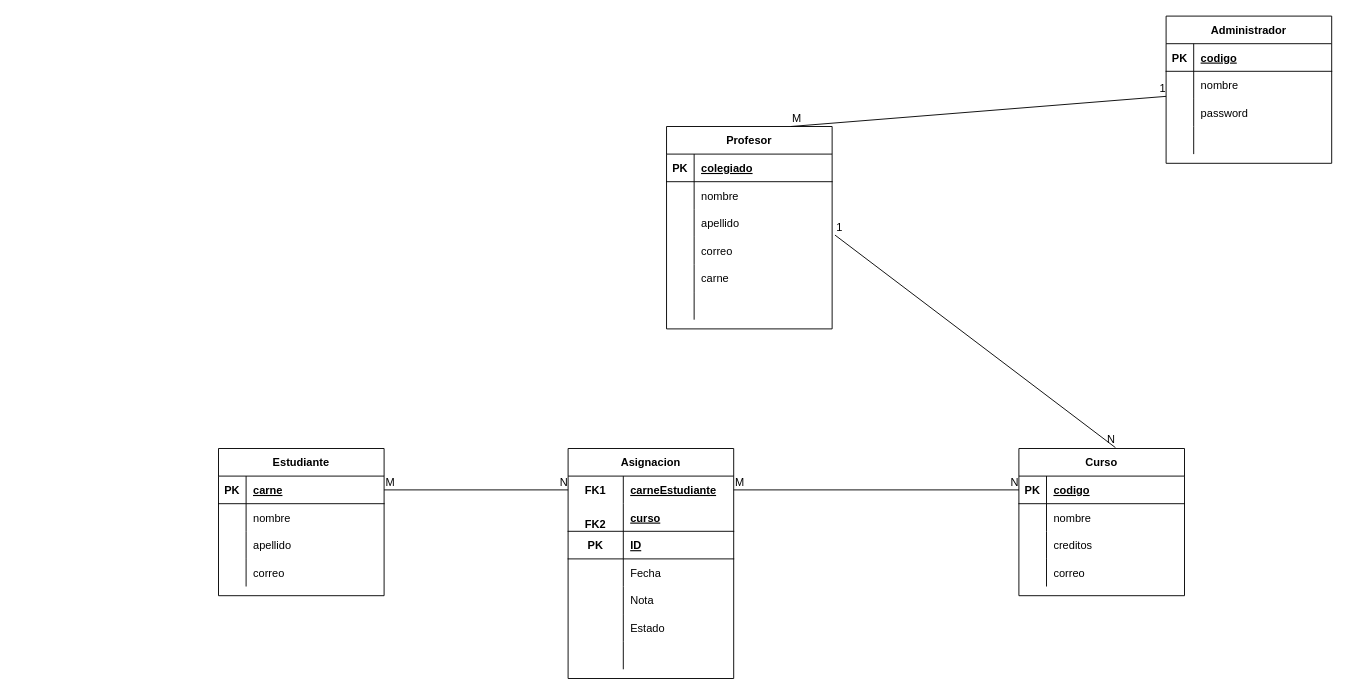
This is mapeo-university.drawio from luisbaquiax/practica-university, a draw.io file, before an edit. Source tidied: cells renumbered, new cells numbered last; positions are measured from the earlier drawing's top-left corner, leaving out a move shared by most shapes. Both pictures are drawn from the tidied source at 92%, with x=0, y=0 at pixel (218, 16).
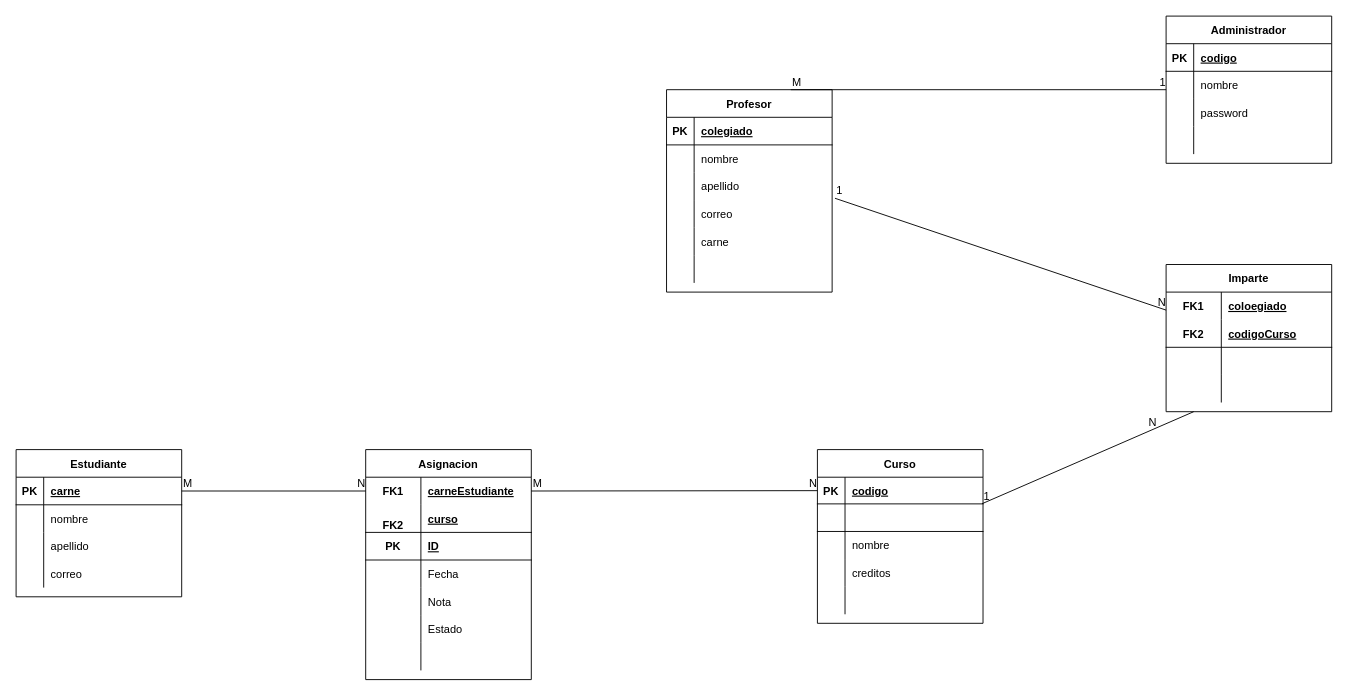
The same diagram, later.

Unchanged cells that the change refers to:
```xml
<mxCell id="25" style="shape=tableRow;horizontal=0;startSize=0;swimlaneHead=0;swimlaneBody=0;fillColor=none;points=[[0,0.5],[1,0.5]];portConstraint=eastwest;top=0;left=0;right=0;bottom=0;" parent="15" vertex="1">
  <mxGeometry y="120" width="180" height="30" as="geometry" />
</mxCell>
```

Change to the diagram source:
```diff
@@
     <mxCell id="2" value="Estudiante" style="shape=table;startSize=30;childLayout=tableLayout;rowLines=0;fontStyle=1;align=center;" parent="1" vertex="1">
-      <mxGeometry y="470" width="180" height="160" as="geometry" />
+      <mxGeometry x="-220" y="471.2" width="180" height="160" as="geometry" />
     </mxCell>
@@
     <mxCell id="15" value="Profesor" style="shape=table;startSize=30;childLayout=tableLayout;rowLines=0;fontStyle=1;align=center;" parent="1" vertex="1">
-      <mxGeometry x="487" y="120" width="180" height="220" as="geometry" />
+      <mxGeometry x="487" y="80" width="180" height="220" as="geometry" />
     </mxCell>
@@
     <mxCell id="34" value="Curso" style="shape=table;startSize=30;childLayout=tableLayout;rowLines=0;fontStyle=1;align=center;" parent="1" vertex="1">
-      <mxGeometry x="870" y="470" width="180" height="160" as="geometry" />
+      <mxGeometry x="651" y="471.2" width="180" height="188.8" as="geometry" />
     </mxCell>
     <mxCell id="35" style="shape=tableRow;horizontal=0;startSize=0;swimlaneHead=0;swimlaneBody=0;fillColor=none;points=[[0,0.5],[1,0.5]];portConstraint=eastwest;top=0;left=0;right=0;bottom=1;" parent="34" vertex="1">
-      <mxGeometry y="30" width="180" height="30" as="geometry" />
+      <mxGeometry y="30" width="180" height="29" as="geometry" />
     </mxCell>
     <mxCell id="36" value="PK" style="shape=partialRectangle;fillColor=none;top=0;left=0;bottom=0;right=0;fontStyle=1;overflow=hidden;" parent="35" vertex="1">
-      <mxGeometry width="30" height="30" as="geometry" />
+      <mxGeometry width="30" height="29" as="geometry" />
     </mxCell>
     <mxCell id="37" value="codigo" style="shape=partialRectangle;fillColor=none;top=0;left=0;bottom=0;right=0;align=left;spacingLeft=6;fontStyle=5;overflow=hidden;" parent="35" vertex="1">
-      <mxGeometry x="30" width="150" height="30" as="geometry" />
+      <mxGeometry x="30" width="150" height="29" as="geometry" />
     </mxCell>
+    <mxCell id="94" style="shape=tableRow;horizontal=0;startSize=0;swimlaneHead=0;swimlaneBody=0;fillColor=none;top=0;left=0;right=0;bottom=1;" parent="34" vertex="1">
+      <mxGeometry y="59" width="180" height="30" as="geometry" />
+    </mxCell>
+    <mxCell id="95" style="shape=partialRectangle;fillColor=none;top=0;left=0;bottom=0;right=0;fontStyle=1;overflow=hidden;" parent="94" vertex="1">
+      <mxGeometry width="30" height="30" as="geometry" />
+    </mxCell>
+    <mxCell id="96" style="shape=partialRectangle;fillColor=none;top=0;left=0;bottom=0;right=0;align=left;spacingLeft=6;fontStyle=5;overflow=hidden;" parent="94" vertex="1">
+      <mxGeometry x="30" width="150" height="30" as="geometry" />
+    </mxCell>
     <mxCell id="38" style="shape=tableRow;horizontal=0;startSize=0;swimlaneHead=0;swimlaneBody=0;fillColor=none;top=0;left=0;right=0;bottom=0;" parent="34" vertex="1">
-      <mxGeometry y="60" width="180" height="30" as="geometry" />
+      <mxGeometry y="89" width="180" height="30" as="geometry" />
     </mxCell>
@@
     <mxCell id="41" style="shape=tableRow;horizontal=0;startSize=0;swimlaneHead=0;swimlaneBody=0;fillColor=none;top=0;left=0;right=0;bottom=0;" parent="34" vertex="1">
-      <mxGeometry y="90" width="180" height="30" as="geometry" />
+      <mxGeometry y="119" width="180" height="30" as="geometry" />
     </mxCell>
@@
     <mxCell id="44" style="shape=tableRow;horizontal=0;startSize=0;swimlaneHead=0;swimlaneBody=0;fillColor=none;top=0;left=0;right=0;bottom=0;" parent="34" vertex="1">
-      <mxGeometry y="120" width="180" height="30" as="geometry" />
+      <mxGeometry y="149" width="180" height="30" as="geometry" />
     </mxCell>
@@
-    <mxCell id="46" value="correo" style="shape=partialRectangle;fillColor=none;top=0;left=0;bottom=0;right=0;align=left;spacingLeft=6;overflow=hidden;" parent="44" vertex="1">
+    <mxCell id="46" style="shape=partialRectangle;fillColor=none;top=0;left=0;bottom=0;right=0;align=left;spacingLeft=6;overflow=hidden;" parent="44" vertex="1">
       <mxGeometry x="30" width="150" height="30" as="geometry" />
     </mxCell>
     <mxCell id="47" value="Asignacion" style="shape=table;startSize=30;childLayout=tableLayout;rowLines=0;fontStyle=1;align=center;" parent="1" vertex="1">
-      <mxGeometry x="380" y="470" width="180" height="250" as="geometry" />
+      <mxGeometry x="160" y="471.2" width="180" height="250" as="geometry" />
     </mxCell>
@@
-    <mxCell id="75" style="endArrow=none;html=1;rounded=0;exitX=1.017;exitY=-0.067;exitDx=0;exitDy=0;exitPerimeter=0;entryX=0.583;entryY=-0.006;entryDx=0;entryDy=0;entryPerimeter=0;" parent="1" edge="1" source="25" target="34">
+    <mxCell id="75" style="endArrow=none;html=1;rounded=0;exitX=1.017;exitY=-0.067;exitDx=0;exitDy=0;exitPerimeter=0;" parent="1" edge="1" source="25" target="97">
       <mxGeometry relative="1" as="geometry" />
     </mxCell>
@@
+    <mxCell id="97" value="Imparte" style="shape=table;startSize=30;childLayout=tableLayout;rowLines=0;fontStyle=1;align=center;" parent="1" vertex="1">
+      <mxGeometry x="1030" y="270" width="180" height="160" as="geometry" />
+    </mxCell>
+    <mxCell id="98" style="shape=tableRow;horizontal=0;startSize=0;swimlaneHead=0;swimlaneBody=0;fillColor=none;top=0;left=0;right=0;bottom=0;" parent="97" vertex="1">
+      <mxGeometry y="30" width="180" height="30" as="geometry" />
+    </mxCell>
+    <mxCell id="99" value="FK1" style="shape=partialRectangle;fillColor=none;top=0;left=0;bottom=0;right=0;fontStyle=1;overflow=hidden;" parent="98" vertex="1">
+      <mxGeometry width="60" height="30" as="geometry" />
+    </mxCell>
+    <mxCell id="100" value="coloegiado" style="shape=partialRectangle;fillColor=none;top=0;left=0;bottom=0;right=0;align=left;spacingLeft=6;fontStyle=5;overflow=hidden;" parent="98" vertex="1">
+      <mxGeometry x="60" width="120" height="30" as="geometry" />
+    </mxCell>
+    <mxCell id="101" style="shape=tableRow;horizontal=0;startSize=0;swimlaneHead=0;swimlaneBody=0;fillColor=none;top=0;left=0;right=0;bottom=1;" parent="97" vertex="1">
+      <mxGeometry y="60" width="180" height="30" as="geometry" />
+    </mxCell>
+    <mxCell id="102" value="FK2" style="shape=partialRectangle;fillColor=none;top=0;left=0;bottom=0;right=0;fontStyle=1;overflow=hidden;" parent="101" vertex="1">
+      <mxGeometry width="60" height="30" as="geometry" />
+    </mxCell>
+    <mxCell id="103" value="codigoCurso" style="shape=partialRectangle;fillColor=none;top=0;left=0;bottom=0;right=0;align=left;spacingLeft=6;fontStyle=5;overflow=hidden;" parent="101" vertex="1">
+      <mxGeometry x="60" width="120" height="30" as="geometry" />
+    </mxCell>
+    <mxCell id="104" style="shape=tableRow;horizontal=0;startSize=0;swimlaneHead=0;swimlaneBody=0;fillColor=none;top=0;left=0;right=0;bottom=0;" parent="97" vertex="1">
+      <mxGeometry y="90" width="180" height="30" as="geometry" />
+    </mxCell>
+    <mxCell id="105" style="shape=partialRectangle;fillColor=none;top=0;left=0;bottom=0;right=0;overflow=hidden;" parent="104" vertex="1">
+      <mxGeometry width="60" height="30" as="geometry" />
+    </mxCell>
+    <mxCell id="106" style="shape=partialRectangle;fillColor=none;top=0;left=0;bottom=0;right=0;align=left;spacingLeft=6;overflow=hidden;" parent="104" vertex="1">
+      <mxGeometry x="60" width="120" height="30" as="geometry" />
+    </mxCell>
+    <mxCell id="107" style="shape=tableRow;horizontal=0;startSize=0;swimlaneHead=0;swimlaneBody=0;fillColor=none;top=0;left=0;right=0;bottom=0;" parent="97" vertex="1">
+      <mxGeometry y="120" width="180" height="30" as="geometry" />
+    </mxCell>
+    <mxCell id="108" style="shape=partialRectangle;fillColor=none;top=0;left=0;bottom=0;right=0;overflow=hidden;" parent="107" vertex="1">
+      <mxGeometry width="60" height="30" as="geometry" />
+    </mxCell>
+    <mxCell id="109" style="shape=partialRectangle;fillColor=none;top=0;left=0;bottom=0;right=0;align=left;spacingLeft=6;overflow=hidden;" parent="107" vertex="1">
+      <mxGeometry x="60" width="120" height="30" as="geometry" />
+    </mxCell>
+    <mxCell id="110" style="endArrow=none;html=1;rounded=0;" parent="1" edge="1">
+      <mxGeometry relative="1" as="geometry">
+        <mxPoint x="830" y="530" as="sourcePoint" />
+        <mxPoint x="1060" y="430" as="targetPoint" />
+      </mxGeometry>
+    </mxCell>
+    <mxCell id="111" value="1" style="html=1;align=left;verticalAlign=bottom;" parent="110" vertex="1">
+      <mxGeometry x="-1" relative="1" as="geometry" />
+    </mxCell>
+    <mxCell id="112" value="N" style="html=1;align=right;verticalAlign=bottom;" parent="110" vertex="1">
+      <mxGeometry x="1" relative="1" as="geometry">
+        <mxPoint x="-40" y="20" as="offset" />
+      </mxGeometry>
+    </mxCell>
```
